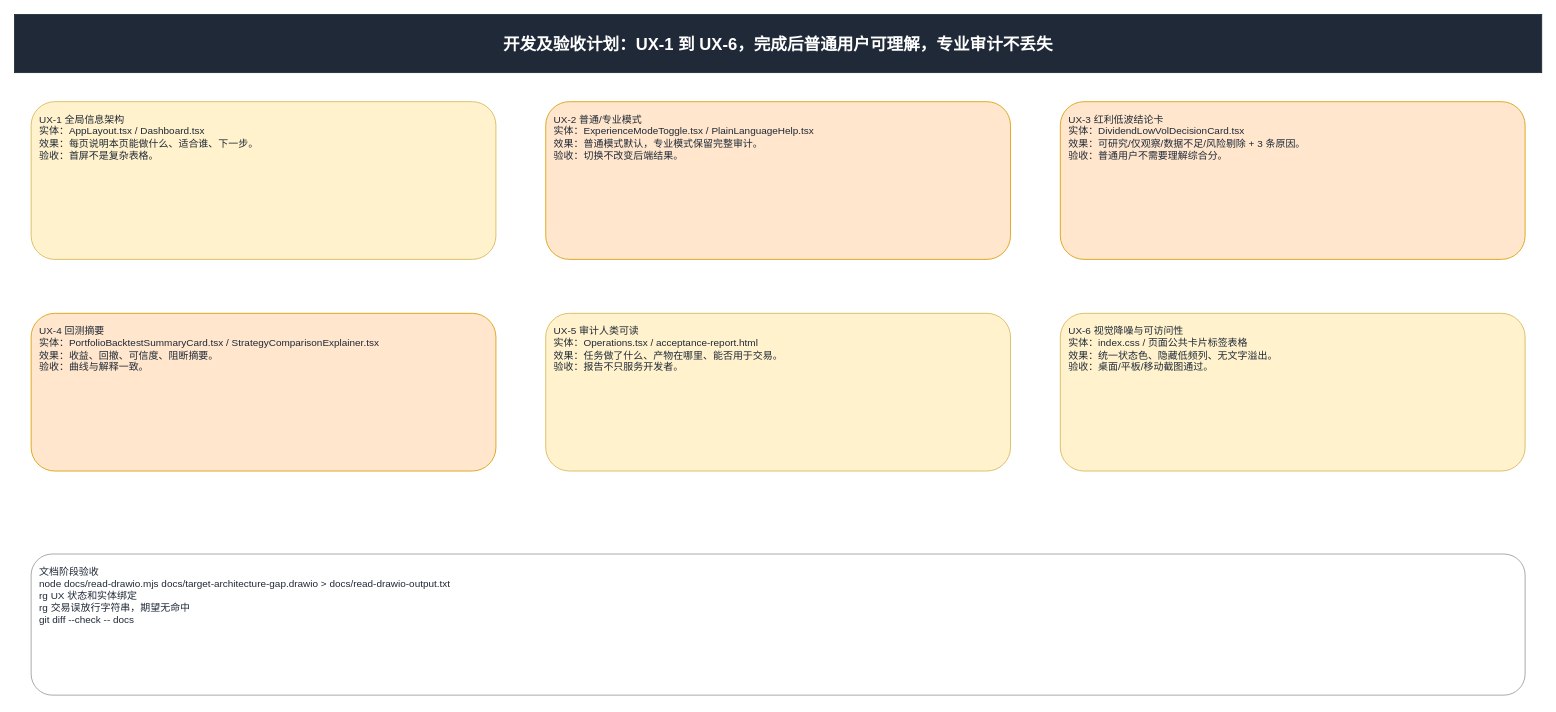
Earlier version of the draw.io diagram page "06 开发及验收计划" (6 of 8) of docs/target-architecture-gap.drawio (ljx418/FAMS). Source tidied: cells renumbered, new cells numbered last; positions are measured from the earlier drawing's top-left corner, leaving out a move shared by most shapes. Both pictures are drawn from the tidied source at 83%, with x=0, y=0 at pixel (14, 14).
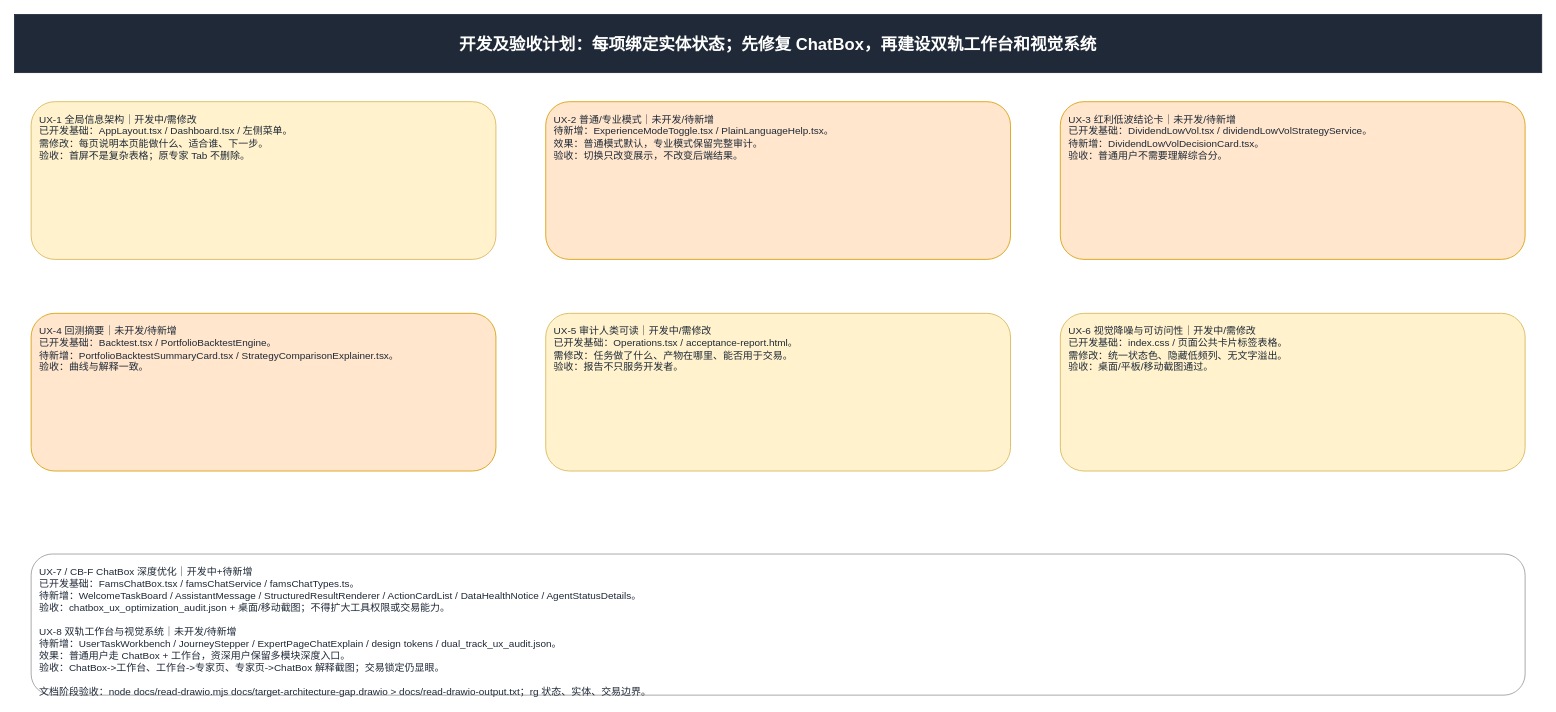
The same page after the edit.

Diff of the diagram source:
```diff
@@
 <mxGraphModel>
   <root>
     <mxCell id="0" />
     <mxCell id="1" parent="0" />
-    <mxCell id="2" value="开发及验收计划：UX-1 到 UX-6，完成后普通用户可理解，专业审计不丢失" style="rounded=0;whiteSpace=wrap;html=1;fillColor=#1f2937;strokeColor=#1f2937;fontColor=#ffffff;fontStyle=1;fontSize=20;align=center;verticalAlign=middle;" parent="1" vertex="1">
+    <mxCell id="2" value="开发及验收计划：每项绑定实体状态；先修复 ChatBox，再建设双轨工作台和视觉系统" style="rounded=0;whiteSpace=wrap;html=1;fillColor=#1f2937;strokeColor=#1f2937;fontColor=#ffffff;fontStyle=1;fontSize=20;align=center;verticalAlign=middle;" parent="1" vertex="1">
       <mxGeometry width="1840" height="70" as="geometry" />
     </mxCell>
-    <mxCell id="3" value="UX-1 全局信息架构&#10;实体：AppLayout.tsx / Dashboard.tsx&#10;效果：每页说明本页能做什么、适合谁、下一步。&#10;验收：首屏不是复杂表格。" style="rounded=1;whiteSpace=wrap;html=1;spacing=10;fontSize=12;align=left;verticalAlign=top;fillColor=#fff2cc;strokeColor=#d6b656;fontColor=#1f2937;" parent="1" vertex="1">
+    <mxCell id="3" value="UX-1 全局信息架构｜开发中/需修改&#10;已开发基础：AppLayout.tsx / Dashboard.tsx / 左侧菜单。&#10;需修改：每页说明本页能做什么、适合谁、下一步。&#10;验收：首屏不是复杂表格；原专家 Tab 不删除。" style="rounded=1;whiteSpace=wrap;html=1;spacing=10;fontSize=12;align=left;verticalAlign=top;fillColor=#fff2cc;strokeColor=#d6b656;fontColor=#1f2937;" parent="1" vertex="1">
       <mxGeometry x="20" y="105" width="560" height="190" as="geometry" />
     </mxCell>
-    <mxCell id="4" value="UX-2 普通/专业模式&#10;实体：ExperienceModeToggle.tsx / PlainLanguageHelp.tsx&#10;效果：普通模式默认，专业模式保留完整审计。&#10;验收：切换不改变后端结果。" style="rounded=1;whiteSpace=wrap;html=1;spacing=10;fontSize=12;align=left;verticalAlign=top;fillColor=#ffe6cc;strokeColor=#d79b00;fontColor=#1f2937;" parent="1" vertex="1">
+    <mxCell id="4" value="UX-2 普通/专业模式｜未开发/待新增&#10;待新增：ExperienceModeToggle.tsx / PlainLanguageHelp.tsx。&#10;效果：普通模式默认，专业模式保留完整审计。&#10;验收：切换只改变展示，不改变后端结果。" style="rounded=1;whiteSpace=wrap;html=1;spacing=10;fontSize=12;align=left;verticalAlign=top;fillColor=#ffe6cc;strokeColor=#d79b00;fontColor=#1f2937;" parent="1" vertex="1">
       <mxGeometry x="640" y="105" width="560" height="190" as="geometry" />
     </mxCell>
-    <mxCell id="5" value="UX-3 红利低波结论卡&#10;实体：DividendLowVolDecisionCard.tsx&#10;效果：可研究/仅观察/数据不足/风险剔除 + 3 条原因。&#10;验收：普通用户不需要理解综合分。" style="rounded=1;whiteSpace=wrap;html=1;spacing=10;fontSize=12;align=left;verticalAlign=top;fillColor=#ffe6cc;strokeColor=#d79b00;fontColor=#1f2937;" parent="1" vertex="1">
+    <mxCell id="5" value="UX-3 红利低波结论卡｜未开发/待新增&#10;已开发基础：DividendLowVol.tsx / dividendLowVolStrategyService。&#10;待新增：DividendLowVolDecisionCard.tsx。&#10;验收：普通用户不需要理解综合分。" style="rounded=1;whiteSpace=wrap;html=1;spacing=10;fontSize=12;align=left;verticalAlign=top;fillColor=#ffe6cc;strokeColor=#d79b00;fontColor=#1f2937;" parent="1" vertex="1">
       <mxGeometry x="1260" y="105" width="560" height="190" as="geometry" />
     </mxCell>
-    <mxCell id="6" value="UX-4 回测摘要&#10;实体：PortfolioBacktestSummaryCard.tsx / StrategyComparisonExplainer.tsx&#10;效果：收益、回撤、可信度、阻断摘要。&#10;验收：曲线与解释一致。" style="rounded=1;whiteSpace=wrap;html=1;spacing=10;fontSize=12;align=left;verticalAlign=top;fillColor=#ffe6cc;strokeColor=#d79b00;fontColor=#1f2937;" parent="1" vertex="1">
+    <mxCell id="6" value="UX-4 回测摘要｜未开发/待新增&#10;已开发基础：Backtest.tsx / PortfolioBacktestEngine。&#10;待新增：PortfolioBacktestSummaryCard.tsx / StrategyComparisonExplainer.tsx。&#10;验收：曲线与解释一致。" style="rounded=1;whiteSpace=wrap;html=1;spacing=10;fontSize=12;align=left;verticalAlign=top;fillColor=#ffe6cc;strokeColor=#d79b00;fontColor=#1f2937;" parent="1" vertex="1">
       <mxGeometry x="20" y="360" width="560" height="190" as="geometry" />
     </mxCell>
-    <mxCell id="7" value="UX-5 审计人类可读&#10;实体：Operations.tsx / acceptance-report.html&#10;效果：任务做了什么、产物在哪里、能否用于交易。&#10;验收：报告不只服务开发者。" style="rounded=1;whiteSpace=wrap;html=1;spacing=10;fontSize=12;align=left;verticalAlign=top;fillColor=#fff2cc;strokeColor=#d6b656;fontColor=#1f2937;" parent="1" vertex="1">
+    <mxCell id="7" value="UX-5 审计人类可读｜开发中/需修改&#10;已开发基础：Operations.tsx / acceptance-report.html。&#10;需修改：任务做了什么、产物在哪里、能否用于交易。&#10;验收：报告不只服务开发者。" style="rounded=1;whiteSpace=wrap;html=1;spacing=10;fontSize=12;align=left;verticalAlign=top;fillColor=#fff2cc;strokeColor=#d6b656;fontColor=#1f2937;" parent="1" vertex="1">
       <mxGeometry x="640" y="360" width="560" height="190" as="geometry" />
     </mxCell>
-    <mxCell id="8" value="UX-6 视觉降噪与可访问性&#10;实体：index.css / 页面公共卡片标签表格&#10;效果：统一状态色、隐藏低频列、无文字溢出。&#10;验收：桌面/平板/移动截图通过。" style="rounded=1;whiteSpace=wrap;html=1;spacing=10;fontSize=12;align=left;verticalAlign=top;fillColor=#fff2cc;strokeColor=#d6b656;fontColor=#1f2937;" parent="1" vertex="1">
+    <mxCell id="8" value="UX-6 视觉降噪与可访问性｜开发中/需修改&#10;已开发基础：index.css / 页面公共卡片标签表格。&#10;需修改：统一状态色、隐藏低频列、无文字溢出。&#10;验收：桌面/平板/移动截图通过。" style="rounded=1;whiteSpace=wrap;html=1;spacing=10;fontSize=12;align=left;verticalAlign=top;fillColor=#fff2cc;strokeColor=#d6b656;fontColor=#1f2937;" parent="1" vertex="1">
       <mxGeometry x="1260" y="360" width="560" height="190" as="geometry" />
     </mxCell>
-    <mxCell id="9" value="文档阶段验收&#10;node docs/read-drawio.mjs docs/target-architecture-gap.drawio &gt; docs/read-drawio-output.txt&#10;rg UX 状态和实体绑定&#10;rg 交易误放行字符串，期望无命中&#10;git diff --check -- docs" style="rounded=1;whiteSpace=wrap;html=1;spacing=10;fontSize=12;align=left;verticalAlign=top;fillColor=#ffffff;strokeColor=#999999;fontColor=#1f2937;" parent="1" vertex="1">
+    <mxCell id="9" value="UX-7 / CB-F ChatBox 深度优化｜开发中+待新增&#10;已开发基础：FamsChatBox.tsx / famsChatService / famsChatTypes.ts。&#10;待新增：WelcomeTaskBoard / AssistantMessage / StructuredResultRenderer / ActionCardList / DataHealthNotice / AgentStatusDetails。&#10;验收：chatbox_ux_optimization_audit.json + 桌面/移动截图；不得扩大工具权限或交易能力。&#10;&#10;UX-8 双轨工作台与视觉系统｜未开发/待新增&#10;待新增：UserTaskWorkbench / JourneyStepper / ExpertPageChatExplain / design tokens / dual_track_ux_audit.json。&#10;效果：普通用户走 ChatBox + 工作台，资深用户保留多模块深度入口。&#10;验收：ChatBox-&gt;工作台、工作台-&gt;专家页、专家页-&gt;ChatBox 解释截图；交易锁定仍显眼。&#10;&#10;文档阶段验收：node docs/read-drawio.mjs docs/target-architecture-gap.drawio &gt; docs/read-drawio-output.txt；rg 状态、实体、交易边界。" style="rounded=1;whiteSpace=wrap;html=1;spacing=10;fontSize=12;align=left;verticalAlign=top;fillColor=#ffffff;strokeColor=#999999;fontColor=#1f2937;" parent="1" vertex="1">
       <mxGeometry x="20" y="650" width="1800" height="170" as="geometry" />
     </mxCell>
   </root>
 </mxGraphModel>
```
